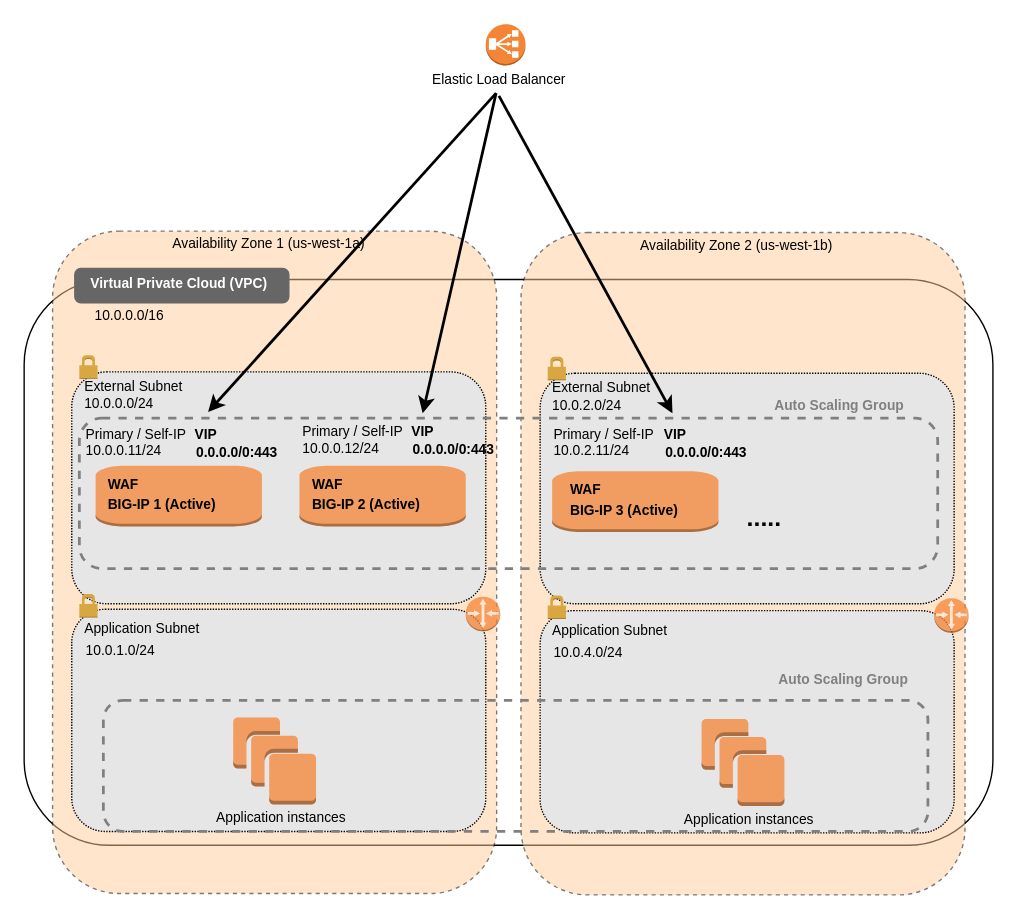
This is examples/autoscale/payg/diagram.drawio from F5Networks/f5-aws-cloudformation-v2, a draw.io file, before an edit. Source tidied: cells renumbered, new cells numbered last; positions are measured from the earlier drawing's top-left corner, leaving out a move shared by most shapes. Both pictures are drawn from the tidied source at 138%, with x=0, y=0 at pixel (23, 23).
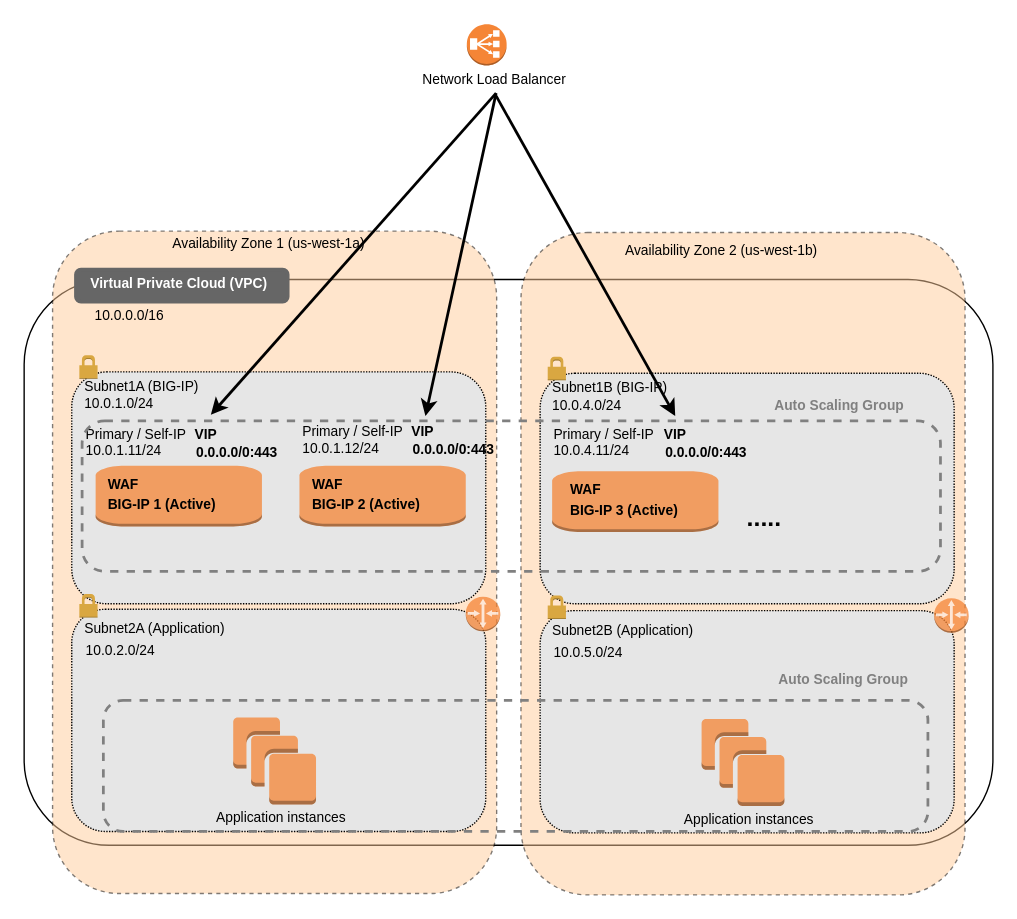
The same page after the edit.

What changed in the source:
```diff
@@
-    <mxCell id="7" value="&lt;font style=&quot;font-size: 10px&quot;&gt;External Subnet&lt;/font&gt;" style="text;html=1;align=left;verticalAlign=middle;" parent="1" vertex="1">
-      <mxGeometry x="42" y="252" width="90" height="20" as="geometry" />
+    <mxCell id="7" value="&lt;font style=&quot;font-size: 10px&quot;&gt;Subnet1A (BIG-IP)&lt;/font&gt;" style="text;html=1;align=left;verticalAlign=middle;" parent="1" vertex="1">
+      <mxGeometry x="42" y="252" width="100" height="20" as="geometry" />
     </mxCell>
-    <mxCell id="8" value="&lt;font style=&quot;font-size: 10px&quot;&gt;10.0.0.0/24&lt;/font&gt;" style="text;html=1;align=left;verticalAlign=middle;" parent="1" vertex="1">
+    <mxCell id="8" value="&lt;font style=&quot;font-size: 10px&quot;&gt;10.0.1.0/24&lt;/font&gt;" style="text;html=1;align=left;verticalAlign=middle;" parent="1" vertex="1">
       <mxGeometry x="42" y="265" width="70" height="20" as="geometry" />
     </mxCell>
-    <mxCell id="9" value="&lt;font style=&quot;font-size: 10px&quot;&gt;Application Subnet&lt;/font&gt;" style="text;html=1;align=left;verticalAlign=middle;" parent="1" vertex="1">
-      <mxGeometry x="42" y="428" width="100" height="20" as="geometry" />
+    <mxCell id="9" value="&lt;font style=&quot;font-size: 10px&quot;&gt;Subnet2A (Application)&lt;/font&gt;" style="text;html=1;align=left;verticalAlign=middle;" parent="1" vertex="1">
+      <mxGeometry x="42" y="428" width="120" height="20" as="geometry" />
     </mxCell>
-    <mxCell id="10" value="&lt;font style=&quot;font-size: 10px&quot;&gt;10.0.1.0/24&lt;/font&gt;" style="text;html=1;align=left;verticalAlign=middle;" parent="1" vertex="1">
+    <mxCell id="10" value="&lt;font style=&quot;font-size: 10px&quot;&gt;10.0.2.0/24&lt;/font&gt;" style="text;html=1;align=left;verticalAlign=middle;" parent="1" vertex="1">
       <mxGeometry x="43.1" y="443.5" width="70" height="20" as="geometry" />
     </mxCell>
@@
-    <mxCell id="12" value="&lt;font style=&quot;font-size: 10px&quot;&gt;10.0.0.11/24&lt;/font&gt;" style="text;html=1;align=left;verticalAlign=middle;" parent="1" vertex="1">
+    <mxCell id="12" value="&lt;font style=&quot;font-size: 10px&quot;&gt;10.0.1.11/24&lt;/font&gt;" style="text;html=1;align=left;verticalAlign=middle;" parent="1" vertex="1">
       <mxGeometry x="43.1" y="299" width="70" height="20" as="geometry" />
     </mxCell>
@@
-    <mxCell id="28" value="&lt;font style=&quot;font-size: 10px&quot;&gt;Availability Zone 2 (us-west-1b)&lt;/font&gt;" style="text;html=1;align=center;verticalAlign=middle;" parent="1" vertex="1">
-      <mxGeometry x="441.3" y="150" width="150" height="20" as="geometry" />
-    </mxCell>
-    <mxCell id="29" value="&lt;font style=&quot;font-size: 10px&quot;&gt;External Subnet&lt;/font&gt;" style="text;html=1;align=left;verticalAlign=middle;" parent="1" vertex="1">
-      <mxGeometry x="381.4" y="253" width="90" height="20" as="geometry" />
+    <mxCell id="29" value="&lt;font style=&quot;font-size: 10px&quot;&gt;Subnet1B (BIG-IP)&lt;/font&gt;" style="text;html=1;align=left;verticalAlign=middle;" parent="1" vertex="1">
+      <mxGeometry x="381.4" y="253" width="100" height="20" as="geometry" />
     </mxCell>
-    <mxCell id="30" value="&lt;font style=&quot;font-size: 10px&quot;&gt;10.0.2.0/24&lt;/font&gt;" style="text;html=1;align=left;verticalAlign=middle;" parent="1" vertex="1">
+    <mxCell id="30" value="&lt;font style=&quot;font-size: 10px&quot;&gt;10.0.4.0/24&lt;/font&gt;" style="text;html=1;align=left;verticalAlign=middle;" parent="1" vertex="1">
       <mxGeometry x="381.4" y="266" width="70" height="20" as="geometry" />
     </mxCell>
-    <mxCell id="31" value="&lt;font style=&quot;font-size: 10px&quot;&gt;Application Subnet&lt;/font&gt;" style="text;html=1;align=left;verticalAlign=middle;" parent="1" vertex="1">
-      <mxGeometry x="381.4" y="429" width="100" height="20" as="geometry" />
+    <mxCell id="31" value="&lt;font style=&quot;font-size: 10px&quot;&gt;Subnet2B (Application)&lt;/font&gt;" style="text;html=1;align=left;verticalAlign=middle;" parent="1" vertex="1">
+      <mxGeometry x="381.4" y="429" width="120" height="20" as="geometry" />
     </mxCell>
-    <mxCell id="32" value="&lt;font style=&quot;font-size: 10px&quot;&gt;10.0.4.0/24&lt;/font&gt;" style="text;html=1;align=left;verticalAlign=middle;" parent="1" vertex="1">
+    <mxCell id="32" value="&lt;font style=&quot;font-size: 10px&quot;&gt;10.0.5.0/24&lt;/font&gt;" style="text;html=1;align=left;verticalAlign=middle;" parent="1" vertex="1">
       <mxGeometry x="382.4" y="444.5" width="70" height="20" as="geometry" />
     </mxCell>
@@
-    <mxCell id="40" style="endArrow=classic;html=1;strokeWidth=2;entryX=0.691;entryY=-0.032;entryDx=0;entryDy=0;entryPerimeter=0;exitX=0.456;exitY=1.1;exitDx=0;exitDy=0;exitPerimeter=0;" parent="1" edge="1" source="49" target="46">
-      <mxGeometry relative="1" as="geometry" />
+    <mxCell id="40" style="endArrow=classic;html=1;strokeWidth=2;entryX=0.691;entryY=-0.032;entryDx=0;entryDy=0;entryPerimeter=0;" parent="1" edge="1" target="46">
+      <mxGeometry relative="1" as="geometry">
+        <mxPoint x="342" y="52" as="sourcePoint" />
+      </mxGeometry>
     </mxCell>
@@
-    <mxCell id="42" value="&lt;font style=&quot;font-size: 10px&quot;&gt;10.0.2.11/24&lt;/font&gt;" style="text;html=1;align=left;verticalAlign=middle;" parent="1" vertex="1">
+    <mxCell id="42" value="&lt;font style=&quot;font-size: 10px&quot;&gt;10.0.4.11/24&lt;/font&gt;" style="text;html=1;align=left;verticalAlign=middle;" parent="1" vertex="1">
       <mxGeometry x="382.4" y="299" width="70" height="20" as="geometry" />
     </mxCell>
@@
     <mxCell id="46" style="rounded=1;whiteSpace=wrap;html=1;fillColor=none;dashed=1;strokeColor=#808080;strokeWidth=2;" parent="1" vertex="1">
-      <mxGeometry x="40" y="285.5" width="622" height="109" as="geometry" />
+      <mxGeometry x="42" y="287.5" width="622" height="109" as="geometry" />
     </mxCell>
@@
     <mxCell id="48" style="dashed=0;verticalLabelPosition=bottom;verticalAlign=top;align=center;html=1;shape=mxgraph.aws3.classic_load_balancer;fillColor=#F58536;gradientColor=none;" parent="1" vertex="1">
-      <mxGeometry x="334.5" width="28.8" height="30" as="geometry" />
+      <mxGeometry x="320.8" width="28.8" height="30" as="geometry" />
     </mxCell>
-    <mxCell id="49" value="&lt;font style=&quot;font-size: 10px&quot;&gt;Elastic Load Balancer&lt;/font&gt;" style="text;html=1;align=left;verticalAlign=middle;points=[];" parent="1" vertex="1">
-      <mxGeometry x="293.9" y="30" width="110" height="20" as="geometry" />
+    <mxCell id="49" value="&lt;font style=&quot;font-size: 10px&quot;&gt;Network Load Balancer&lt;/font&gt;" style="text;html=1;align=left;verticalAlign=middle;points=[];" parent="1" vertex="1">
+      <mxGeometry x="286.9" y="30" width="120" height="20" as="geometry" />
     </mxCell>
@@
-    <mxCell id="52" value="&lt;font style=&quot;font-size: 10px&quot;&gt;10.0.0.12/24&lt;/font&gt;" style="text;html=1;align=left;verticalAlign=middle;" parent="1" vertex="1">
+    <mxCell id="52" value="&lt;font style=&quot;font-size: 10px&quot;&gt;10.0.1.12/24&lt;/font&gt;" style="text;html=1;align=left;verticalAlign=middle;" parent="1" vertex="1">
       <mxGeometry x="199.5" y="297" width="70" height="20" as="geometry" />
     </mxCell>
@@
+    <mxCell id="28" value="&lt;font style=&quot;font-size: 10px&quot;&gt;Availability Zone 2 (us-west-1b)&lt;/font&gt;" style="text;html=1;align=center;verticalAlign=middle;" parent="1" vertex="1">
+      <mxGeometry x="429.9" y="154" width="150" height="20" as="geometry" />
+    </mxCell>
```
